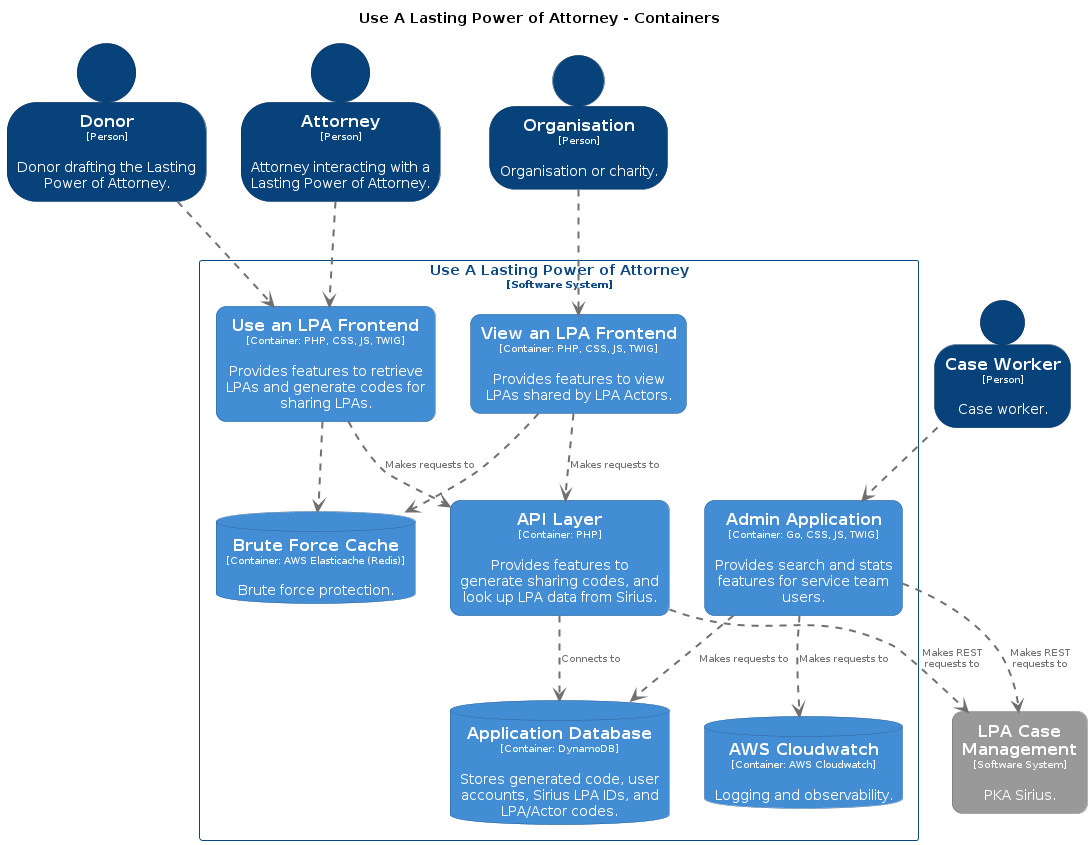
The PlantUML diagram docs/diagrams/dsl/structurizr-Container-001.png in ministryofjustice/opg-use-an-lpa, before a commit.
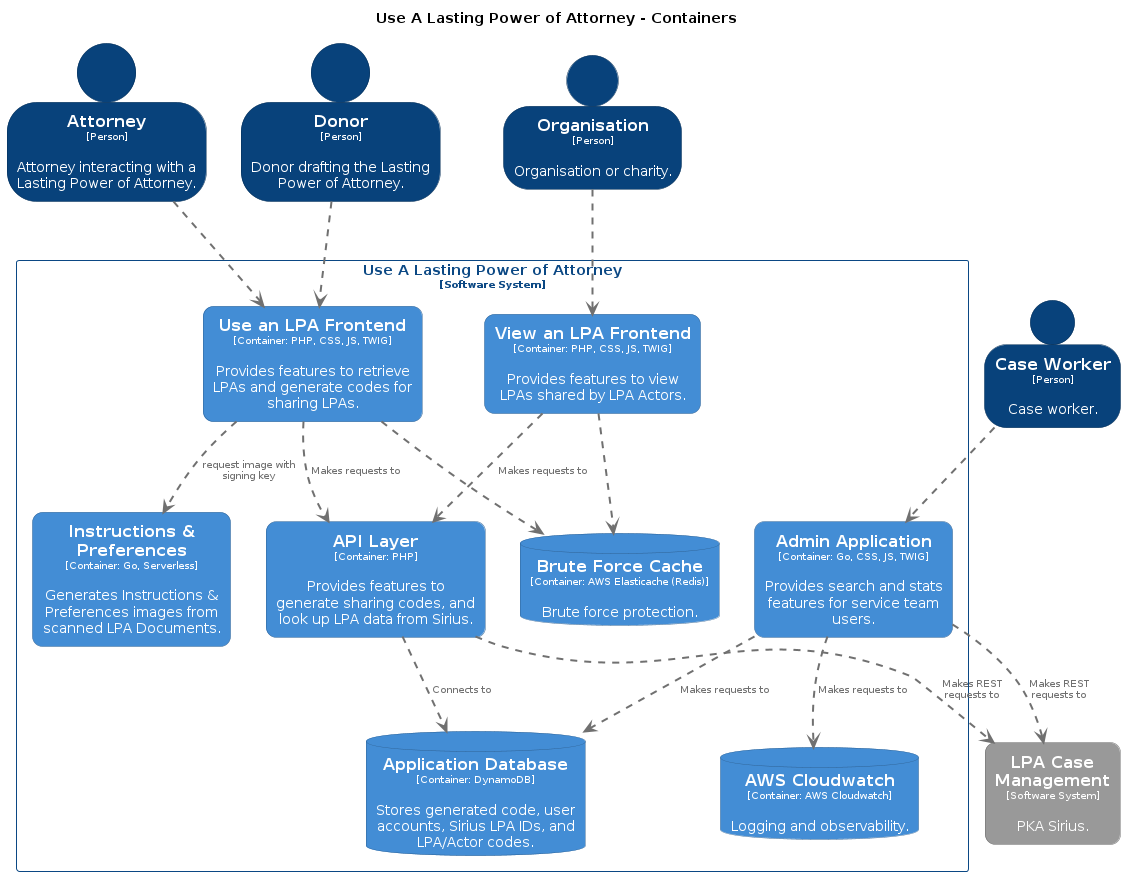
The same diagram one commit later.

Change to the diagram source:
```diff
@@ -63,6 +63,13 @@
   BorderColor #052e56
   shadowing false
 }
+skinparam rectangle<<UseALastingPowerofAttorney.InstructionsPreferences>> {
+  BackgroundColor #438dd5
+  FontColor #ffffff
+  BorderColor #2e6295
+  roundCorner 20
+  shadowing false
+}
 skinparam rectangle<<LPACaseManagement>> {
   BackgroundColor #999999
   FontColor #ffffff
@@ -110,8 +117,14 @@
   rectangle "==View an LPA Frontend\n<size:10>[Container: PHP, CSS, JS, TWIG]</size>\n\nProvides features to view LPAs shared by LPA Actors." <<UseALastingPowerofAttorney.ViewanLPAFrontend>> as UseALastingPowerofAttorney.ViewanLPAFrontend
   rectangle "==Use an LPA Frontend\n<size:10>[Container: PHP, CSS, JS, TWIG]</size>\n\nProvides features to retrieve LPAs and generate codes for sharing LPAs." <<UseALastingPowerofAttorney.UseanLPAFrontend>> as UseALastingPowerofAttorney.UseanLPAFrontend
   rectangle "==Admin Application\n<size:10>[Container: Go, CSS, JS, TWIG]</size>\n\nProvides search and stats features for service team users." <<UseALastingPowerofAttorney.AdminApplication>> as UseALastingPowerofAttorney.AdminApplication
+  rectangle "==Instructions & Preferences\n<size:10>[Container: Go, Serverless]</size>\n\nGenerates Instructions & Preferences images from scanned LPA Documents." <<UseALastingPowerofAttorney.InstructionsPreferences>> as UseALastingPowerofAttorney.InstructionsPreferences
 }
 
+UseALastingPowerofAttorney.AdminApplication .[#707070,thickness=2].> LPACaseManagement : "<color:#707070>Makes REST requests to"
+Donor .[#707070,thickness=2].> UseALastingPowerofAttorney.UseanLPAFrontend : "<color:#707070>"
+Attorney .[#707070,thickness=2].> UseALastingPowerofAttorney.UseanLPAFrontend : "<color:#707070>"
+Organisation .[#707070,thickness=2].> UseALastingPowerofAttorney.ViewanLPAFrontend : "<color:#707070>"
+CaseWorker .[#707070,thickness=2].> UseALastingPowerofAttorney.AdminApplication : "<color:#707070>"
 UseALastingPowerofAttorney.APILayer .[#707070,thickness=2].> LPACaseManagement : "<color:#707070>Makes REST requests to"
 UseALastingPowerofAttorney.APILayer .[#707070,thickness=2].> UseALastingPowerofAttorney.ApplicationDatabase : "<color:#707070>Connects to"
 UseALastingPowerofAttorney.ViewanLPAFrontend .[#707070,thickness=2].> UseALastingPowerofAttorney.BruteForceCache : "<color:#707070>"
@@ -120,9 +133,5 @@
 UseALastingPowerofAttorney.UseanLPAFrontend .[#707070,thickness=2].> UseALastingPowerofAttorney.APILayer : "<color:#707070>Makes requests to"
 UseALastingPowerofAttorney.AdminApplication .[#707070,thickness=2].> UseALastingPowerofAttorney.ApplicationDatabase : "<color:#707070>Makes requests to"
 UseALastingPowerofAttorney.AdminApplication .[#707070,thickness=2].> UseALastingPowerofAttorney.AWSCloudwatch : "<color:#707070>Makes requests to"
-UseALastingPowerofAttorney.AdminApplication .[#707070,thickness=2].> LPACaseManagement : "<color:#707070>Makes REST requests to"
-Donor .[#707070,thickness=2].> UseALastingPowerofAttorney.UseanLPAFrontend : "<color:#707070>"
-Attorney .[#707070,thickness=2].> UseALastingPowerofAttorney.UseanLPAFrontend : "<color:#707070>"
-Organisation .[#707070,thickness=2].> UseALastingPowerofAttorney.ViewanLPAFrontend : "<color:#707070>"
-CaseWorker .[#707070,thickness=2].> UseALastingPowerofAttorney.AdminApplication : "<color:#707070>"
+UseALastingPowerofAttorney.UseanLPAFrontend .[#707070,thickness=2].> UseALastingPowerofAttorney.InstructionsPreferences : "<color:#707070>request image with signing key"
 @enduml
```
